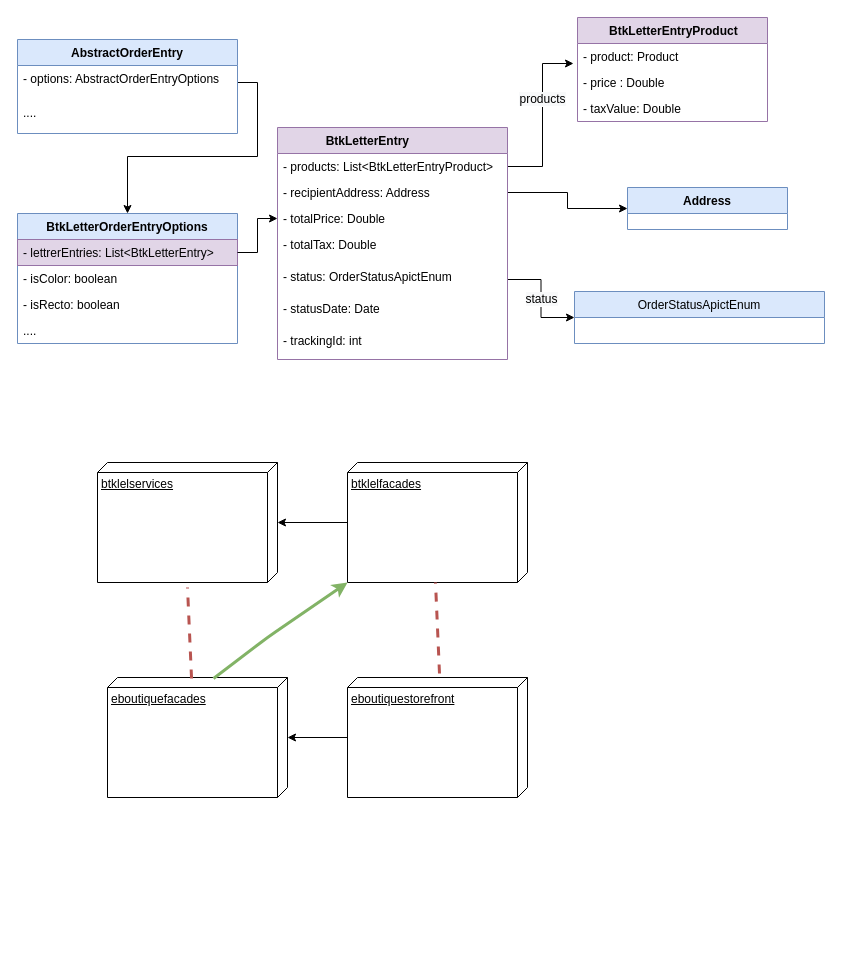
This is eboutique pli letter conception.drawio from elaissoussi/draw.io, a draw.io file, before an edit. Source tidied: cells renumbered, new cells numbered last; positions are measured from the earlier drawing's top-left corner, leaving out a move shared by most shapes. Both pictures are drawn from the tidied source at 100%, with x=0, y=0 at pixel (17, 17).
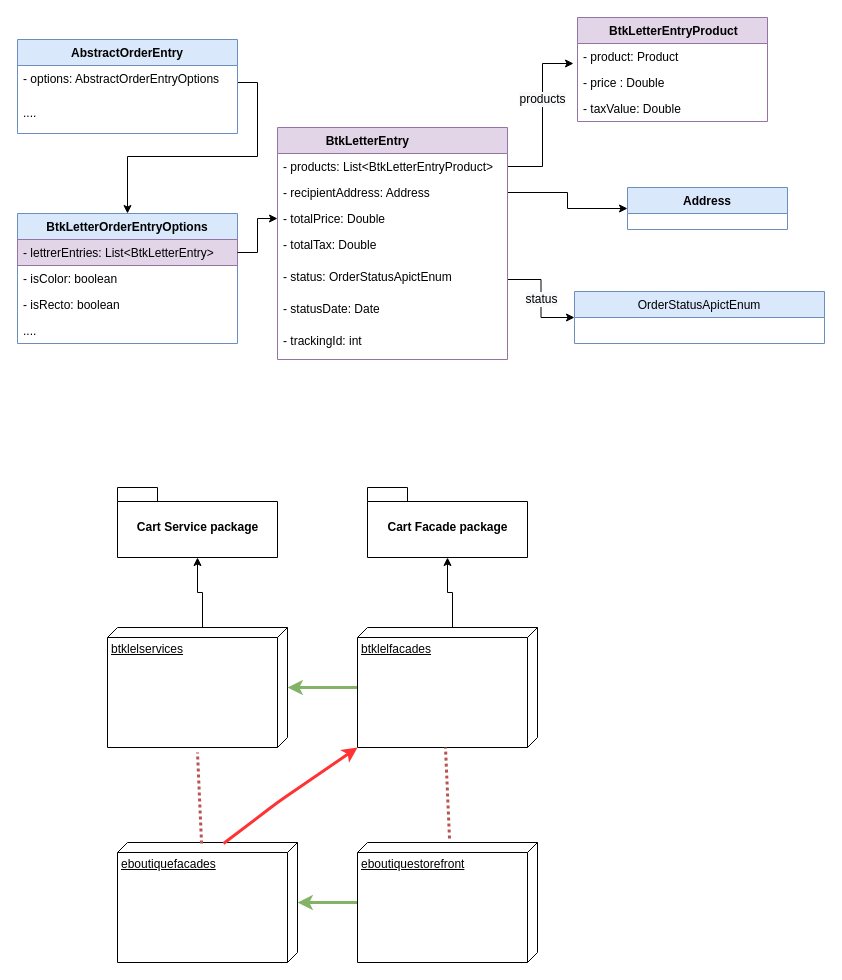
Above is the later version.

The edit, as a diff of the source:
```diff
@@
+    <mxCell id="40" style="edgeStyle=orthogonalEdgeStyle;rounded=0;jettySize=auto;html=1;exitX=0;exitY=0;exitDx=0;exitDy=85;exitPerimeter=0;entryX=0.5;entryY=1;entryDx=0;entryDy=0;entryPerimeter=0;" parent="1" edge="1" source="30" target="42">
+      <mxGeometry relative="1" as="geometry" />
+    </mxCell>
     <mxCell id="30" value="btklelservices" style="verticalAlign=top;align=left;spacingTop=8;spacingLeft=2;spacingRight=12;shape=cube;size=10;direction=south;fontStyle=4;html=1;" parent="1" vertex="1">
-      <mxGeometry x="80" y="445" width="180" height="120" as="geometry" />
+      <mxGeometry x="90" y="610" width="180" height="120" as="geometry" />
     </mxCell>
-    <mxCell id="31" style="edgeStyle=orthogonalEdgeStyle;rounded=0;jettySize=auto;html=1;" parent="1" edge="1" source="32" target="30">
+    <mxCell id="31" style="edgeStyle=orthogonalEdgeStyle;rounded=0;jettySize=auto;html=1;fillColor=#d5e8d4;strokeColor=#82B366;strokeWidth=3;" parent="1" edge="1" source="32" target="30">
       <mxGeometry relative="1" as="geometry" />
     </mxCell>
+    <mxCell id="41" style="edgeStyle=orthogonalEdgeStyle;rounded=0;jettySize=auto;html=1;exitX=0;exitY=0;exitDx=0;exitDy=85;exitPerimeter=0;" parent="1" edge="1" source="32" target="43">
+      <mxGeometry relative="1" as="geometry" />
+    </mxCell>
     <mxCell id="32" value="btklelfacades" style="verticalAlign=top;align=left;spacingTop=8;spacingLeft=2;spacingRight=12;shape=cube;size=10;direction=south;fontStyle=4;html=1;" parent="1" vertex="1">
-      <mxGeometry x="330" y="445" width="180" height="120" as="geometry" />
+      <mxGeometry x="340" y="610" width="180" height="120" as="geometry" />
     </mxCell>
     <mxCell id="33" value="eboutiquefacades" style="verticalAlign=top;align=left;spacingTop=8;spacingLeft=2;spacingRight=12;shape=cube;size=10;direction=south;fontStyle=4;html=1;" parent="1" vertex="1">
-      <mxGeometry x="90" y="660" width="180" height="120" as="geometry" />
+      <mxGeometry x="100" y="825" width="180" height="120" as="geometry" />
     </mxCell>
-    <mxCell id="34" style="edgeStyle=orthogonalEdgeStyle;rounded=0;jettySize=auto;html=1;" parent="1" edge="1" source="35" target="33">
+    <mxCell id="34" style="edgeStyle=orthogonalEdgeStyle;rounded=0;jettySize=auto;html=1;fillColor=#d5e8d4;strokeColor=#82b366;strokeWidth=3;" parent="1" edge="1" source="35" target="33">
       <mxGeometry relative="1" as="geometry" />
     </mxCell>
     <mxCell id="35" value="eboutiquestorefront" style="verticalAlign=top;align=left;spacingTop=8;spacingLeft=2;spacingRight=12;shape=cube;size=10;direction=south;fontStyle=4;html=1;" parent="1" vertex="1">
-      <mxGeometry x="330" y="660" width="180" height="120" as="geometry" />
+      <mxGeometry x="340" y="825" width="180" height="120" as="geometry" />
     </mxCell>
@@
-    <mxCell id="37" style="endArrow=none;dashed=1;html=1;strokeWidth=3;exitX=0.008;exitY=0.533;exitDx=0;exitDy=0;exitPerimeter=0;fillColor=#f8cecc;strokeColor=#b85450;" parent="1" edge="1" source="33">
+    <mxCell id="37" style="endArrow=none;dashed=1;html=1;strokeWidth=3;exitX=0.008;exitY=0.533;exitDx=0;exitDy=0;exitPerimeter=0;fillColor=#f8cecc;strokeColor=#b85450;dashPattern=1 1;" parent="1" edge="1" source="33">
       <mxGeometry relative="1" as="geometry">
-        <mxPoint x="170" y="570" as="targetPoint" />
+        <mxPoint x="180" y="735" as="targetPoint" />
       </mxGeometry>
     </mxCell>
-    <mxCell id="38" style="endArrow=none;dashed=1;html=1;strokeWidth=3;exitX=0.008;exitY=0.533;exitDx=0;exitDy=0;exitPerimeter=0;fillColor=#f8cecc;strokeColor=#b85450;jumpStyle=arc;endFill=1;" parent="1" edge="1">
+    <mxCell id="38" style="endArrow=none;dashed=1;html=1;strokeWidth=3;exitX=0.008;exitY=0.533;exitDx=0;exitDy=0;exitPerimeter=0;fillColor=#f8cecc;strokeColor=#b85450;jumpStyle=arc;endFill=1;dashPattern=1 1;" parent="1" edge="1">
       <mxGeometry relative="1" as="geometry">
-        <mxPoint x="422" y="656" as="sourcePoint" />
-        <mxPoint x="418" y="565" as="targetPoint" />
+        <mxPoint x="432" y="821" as="sourcePoint" />
+        <mxPoint x="428" y="730" as="targetPoint" />
       </mxGeometry>
     </mxCell>
-    <mxCell id="39" style="endArrow=classic;html=1;strokeWidth=3;exitX=0.008;exitY=0.411;exitDx=0;exitDy=0;exitPerimeter=0;entryX=1;entryY=1;entryDx=0;entryDy=0;entryPerimeter=0;fillColor=#d5e8d4;strokeColor=#82b366;" parent="1" edge="1" source="33" target="32">
+    <mxCell id="39" style="endArrow=classic;html=1;strokeWidth=3;exitX=0.008;exitY=0.411;exitDx=0;exitDy=0;exitPerimeter=0;entryX=1;entryY=1;entryDx=0;entryDy=0;entryPerimeter=0;fillColor=#d5e8d4;strokeColor=#FF3333;" parent="1" edge="1" source="33" target="32">
       <mxGeometry relative="1" as="geometry">
         <Array as="points">
-          <mxPoint x="250" y="620" />
+          <mxPoint x="260" y="785" />
         </Array>
       </mxGeometry>
     </mxCell>
+    <mxCell id="42" value="Cart Service package" style="shape=folder;fontStyle=1;spacingTop=10;tabWidth=40;tabHeight=14;tabPosition=left;html=1;" parent="1" vertex="1">
+      <mxGeometry x="100" y="470" width="160" height="70" as="geometry" />
+    </mxCell>
+    <mxCell id="43" value="Cart Facade package" style="shape=folder;fontStyle=1;spacingTop=10;tabWidth=40;tabHeight=14;tabPosition=left;html=1;" parent="1" vertex="1">
+      <mxGeometry x="350" y="470" width="160" height="70" as="geometry" />
+    </mxCell>
```
